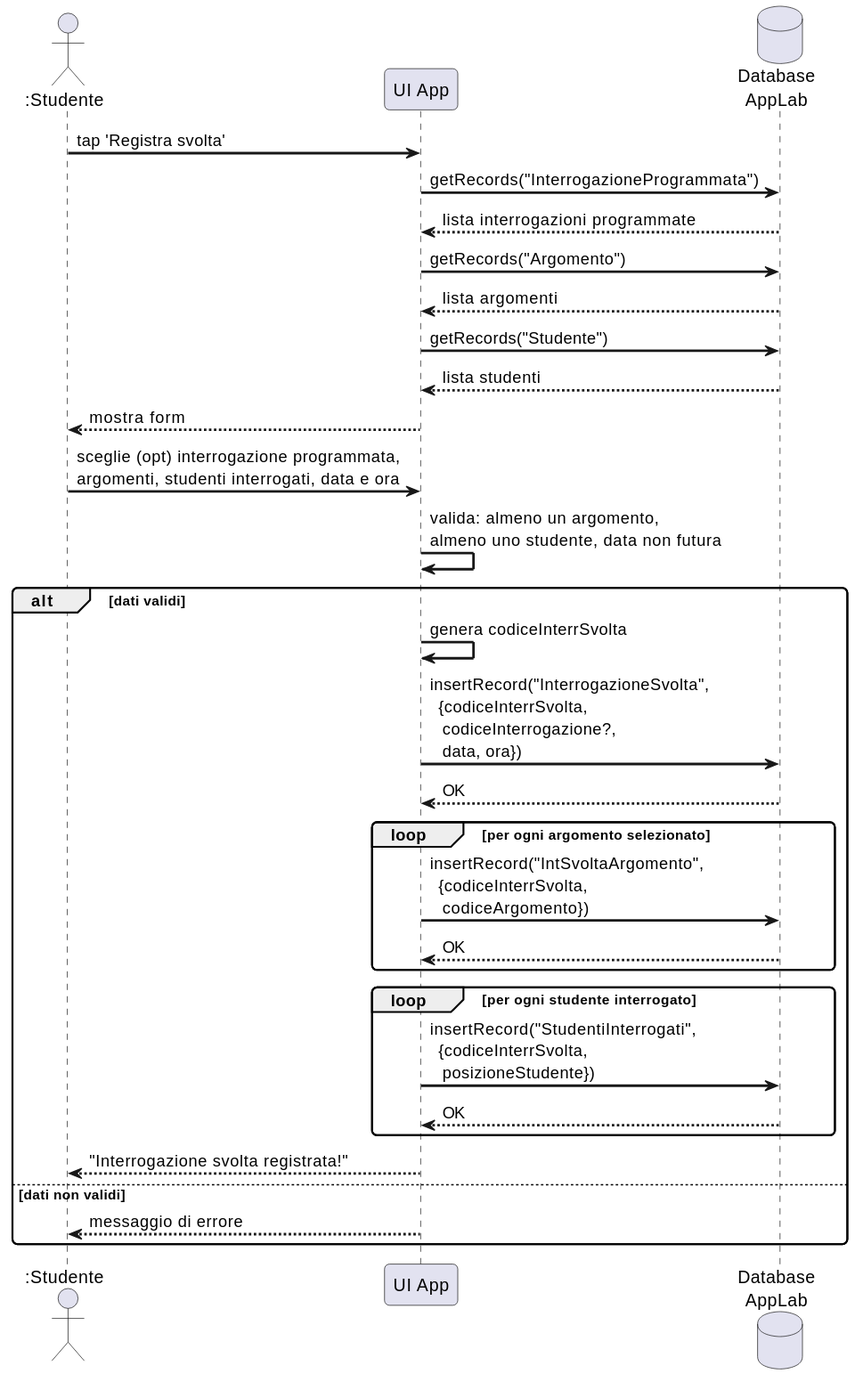
Earlier version of the PlantUML export images/sd-registra-svolta.svg (gionatamassibenincasa/study-together). Its diagram source:
```plantuml
@startuml
skinparam sequenceArrowThickness 2
skinparam roundcorner 8

actor ":Studente" as S
participant "UI App" as UI
database "Database\nAppLab" as DB

S -> UI : tap 'Registra svolta'
UI -> DB : getRecords("InterrogazioneProgrammata")
DB --> UI : lista interrogazioni programmate

UI -> DB : getRecords("Argomento")
DB --> UI : lista argomenti

UI -> DB : getRecords("Studente")
DB --> UI : lista studenti

UI --> S : mostra form

S -> UI : sceglie (opt) interrogazione programmata,\nargomenti, studenti interrogati, data e ora
UI -> UI : valida: almeno un argomento,\nalmeno uno studente, data non futura

alt dati validi
  UI -> UI : genera codiceInterrSvolta
  UI -> DB : insertRecord("InterrogazioneSvolta",\n  {codiceInterrSvolta,\n   codiceInterrogazione?,\n   data, ora})
  DB --> UI : OK
  loop per ogni argomento selezionato
    UI -> DB : insertRecord("IntSvoltaArgomento",\n  {codiceInterrSvolta,\n   codiceArgomento})
    DB --> UI : OK
  end
  loop per ogni studente interrogato
    UI -> DB : insertRecord("StudentiInterrogati",\n  {codiceInterrSvolta,\n   posizioneStudente})
    DB --> UI : OK
  end
  UI --> S : "Interrogazione svolta registrata!"
else dati non validi
  UI --> S : messaggio di errore
end
@enduml
```
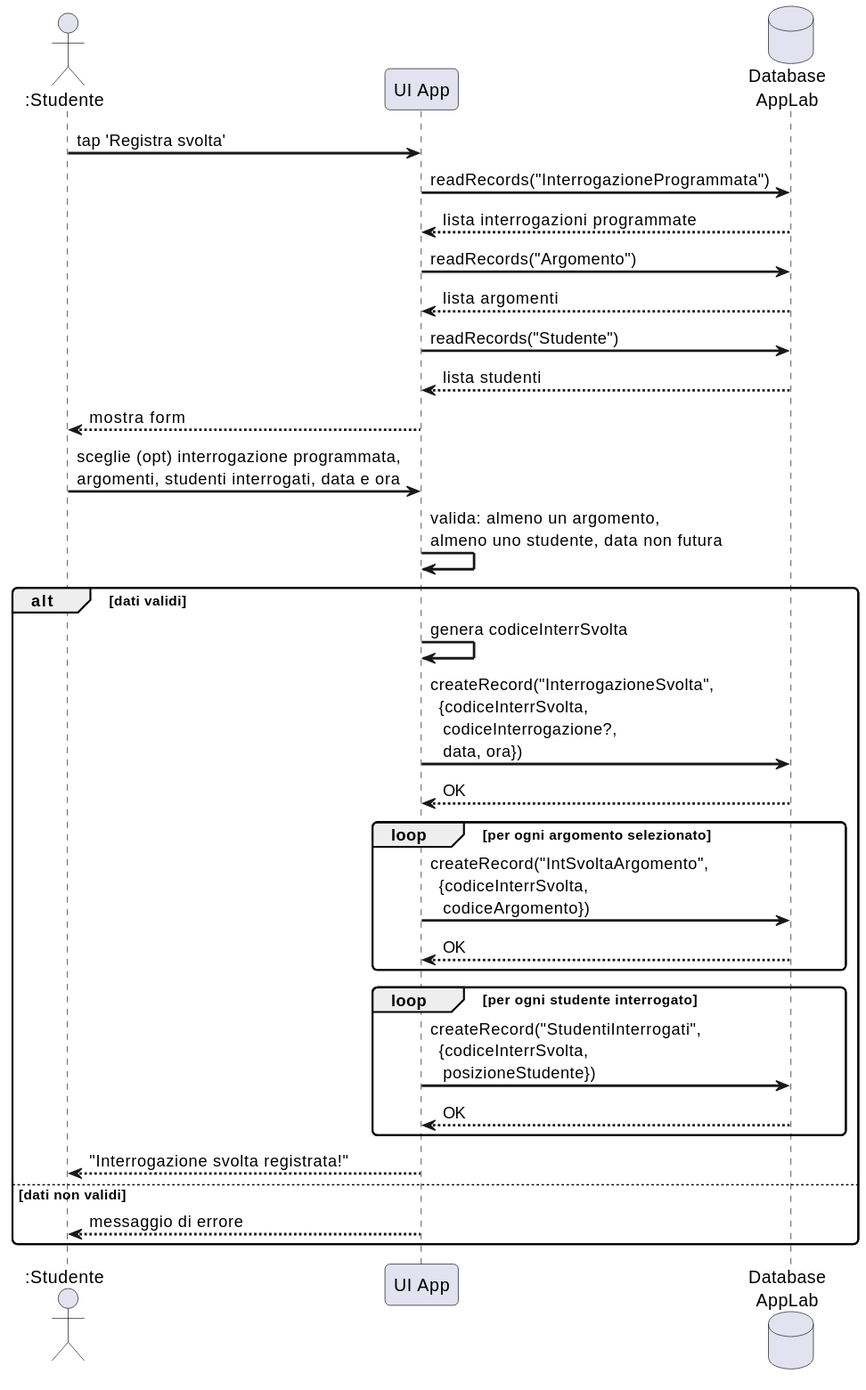
The same diagram one commit later.

Change to the diagram source:
```diff
@@ -7,13 +7,13 @@
 database "Database\nAppLab" as DB
 
 S -> UI : tap 'Registra svolta'
-UI -> DB : getRecords("InterrogazioneProgrammata")
+UI -> DB : readRecords("InterrogazioneProgrammata")
 DB --> UI : lista interrogazioni programmate
 
-UI -> DB : getRecords("Argomento")
+UI -> DB : readRecords("Argomento")
 DB --> UI : lista argomenti
 
-UI -> DB : getRecords("Studente")
+UI -> DB : readRecords("Studente")
 DB --> UI : lista studenti
 
 UI --> S : mostra form
@@ -23,14 +23,14 @@
 
 alt dati validi
   UI -> UI : genera codiceInterrSvolta
-  UI -> DB : insertRecord("InterrogazioneSvolta",\n  {codiceInterrSvolta,\n   codiceInterrogazione?,\n   data, ora})
+  UI -> DB : createRecord("InterrogazioneSvolta",\n  {codiceInterrSvolta,\n   codiceInterrogazione?,\n   data, ora})
   DB --> UI : OK
   loop per ogni argomento selezionato
-    UI -> DB : insertRecord("IntSvoltaArgomento",\n  {codiceInterrSvolta,\n   codiceArgomento})
+    UI -> DB : createRecord("IntSvoltaArgomento",\n  {codiceInterrSvolta,\n   codiceArgomento})
     DB --> UI : OK
   end
   loop per ogni studente interrogato
-    UI -> DB : insertRecord("StudentiInterrogati",\n  {codiceInterrSvolta,\n   posizioneStudente})
+    UI -> DB : createRecord("StudentiInterrogati",\n  {codiceInterrSvolta,\n   posizioneStudente})
     DB --> UI : OK
   end
   UI --> S : "Interrogazione svolta registrata!"
```
